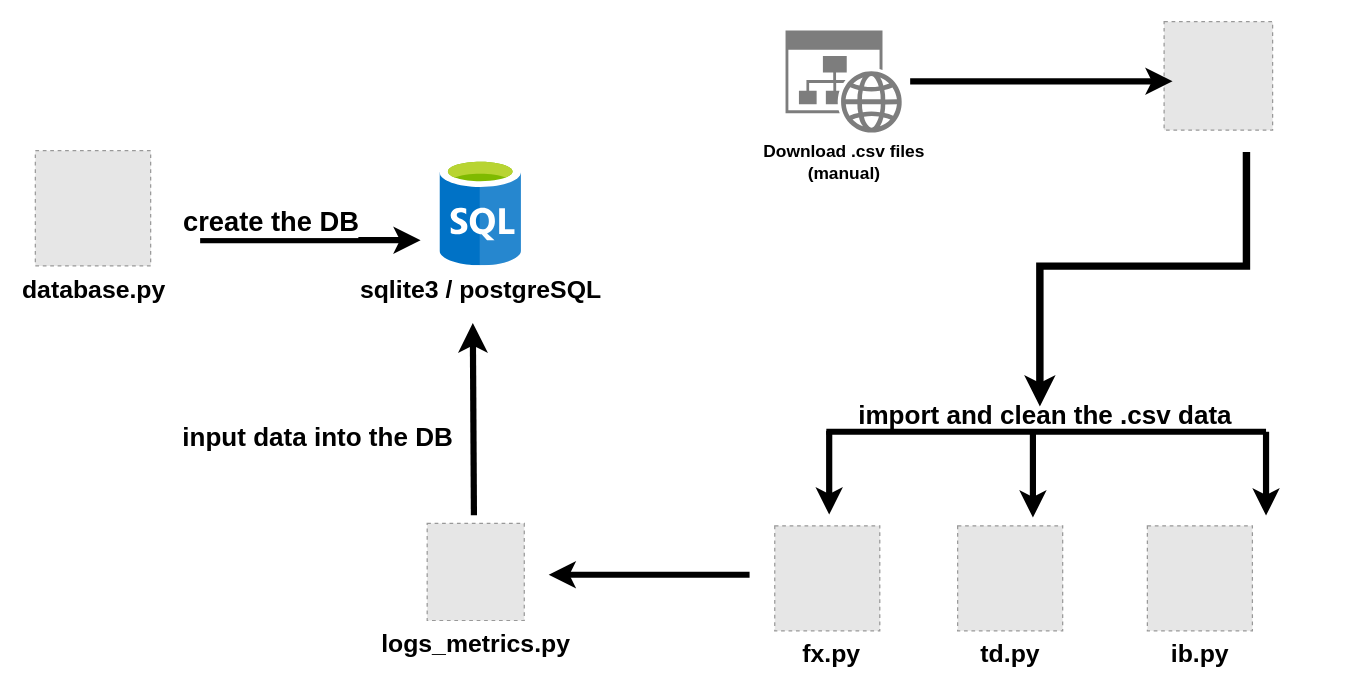
ARCtechmo/trade_accounting_logs keeps this draw.io diagram as page "csv_py_etl" (1 of 2) of etl_diagram.drawio. Above is the earlier version. Source tidied: cells renumbered, new cells numbered last; positions are measured from the earlier drawing's top-left corner, leaving out a move shared by most shapes. Both pictures are drawn from the tidied source at 124%, with x=0, y=0 at pixel (35, 21). Pictures stored in the file or linked from it are replaced by grey dashed boxes.
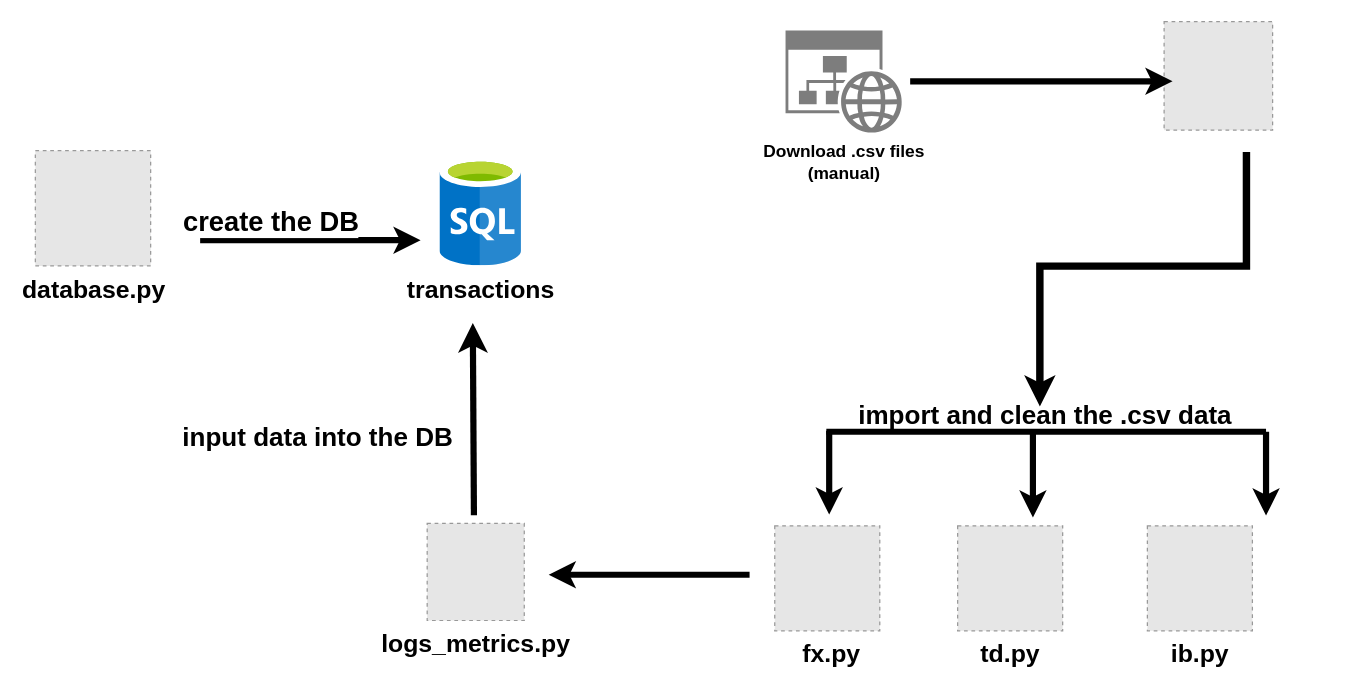
After the change.

Commit message (it also covers changes not shown here):
completed the basic etl diagram started the diagram of the tabels in the transactions database created diagram layouts of the following tables: time_log, brokers, orders_filled, and activity_log

Unchanged cells that the change refers to:
```xml
<mxCell id="18" style="group;" parent="1" vertex="1">
  <mxGeometry y="104" width="405" height="93" as="geometry" />
</mxCell>
```

Diff of the diagram source:
```diff
@@
-    <mxCell id="22" value="sqlite3 / postgreSQL" style="sketch=0;html=1;align=center;image;fontSize=20;image=img/lib/mscae/SQL_Database_generic.svg;fontStyle=1;" parent="18" vertex="1">
+    <mxCell id="22" value="transactions" style="sketch=0;html=1;align=center;image;fontSize=20;image=img/lib/mscae/SQL_Database_generic.svg;fontStyle=1;" parent="18" vertex="1">
       <mxGeometry x="326.3" y="6.1" width="66" height="86.9" as="geometry" />
     </mxCell>
```
